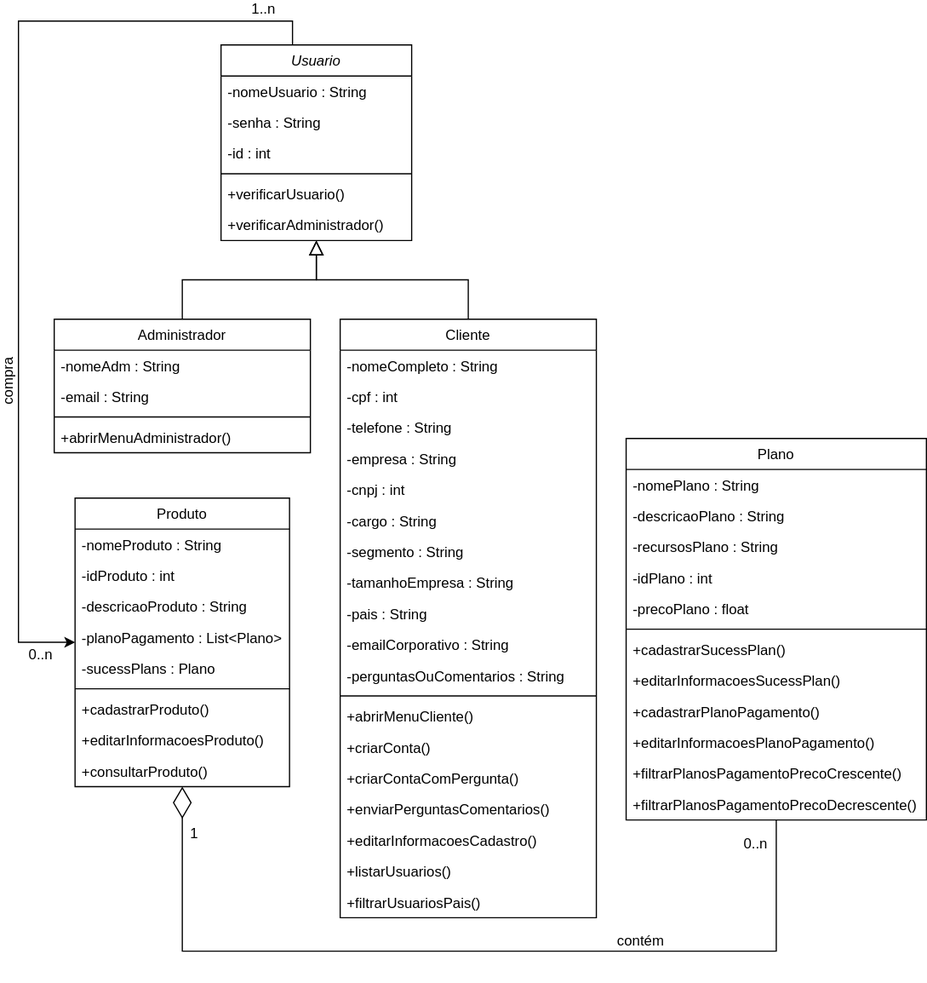
This is Diagrama_Classes.svg from JuliaPugliese/Sprint_Java, a draw.io export, as it was before one commit. Source tidied: cells renumbered, new cells last; positions are measured from the earlier drawing's top-left corner, leaving out a move shared by most shapes.
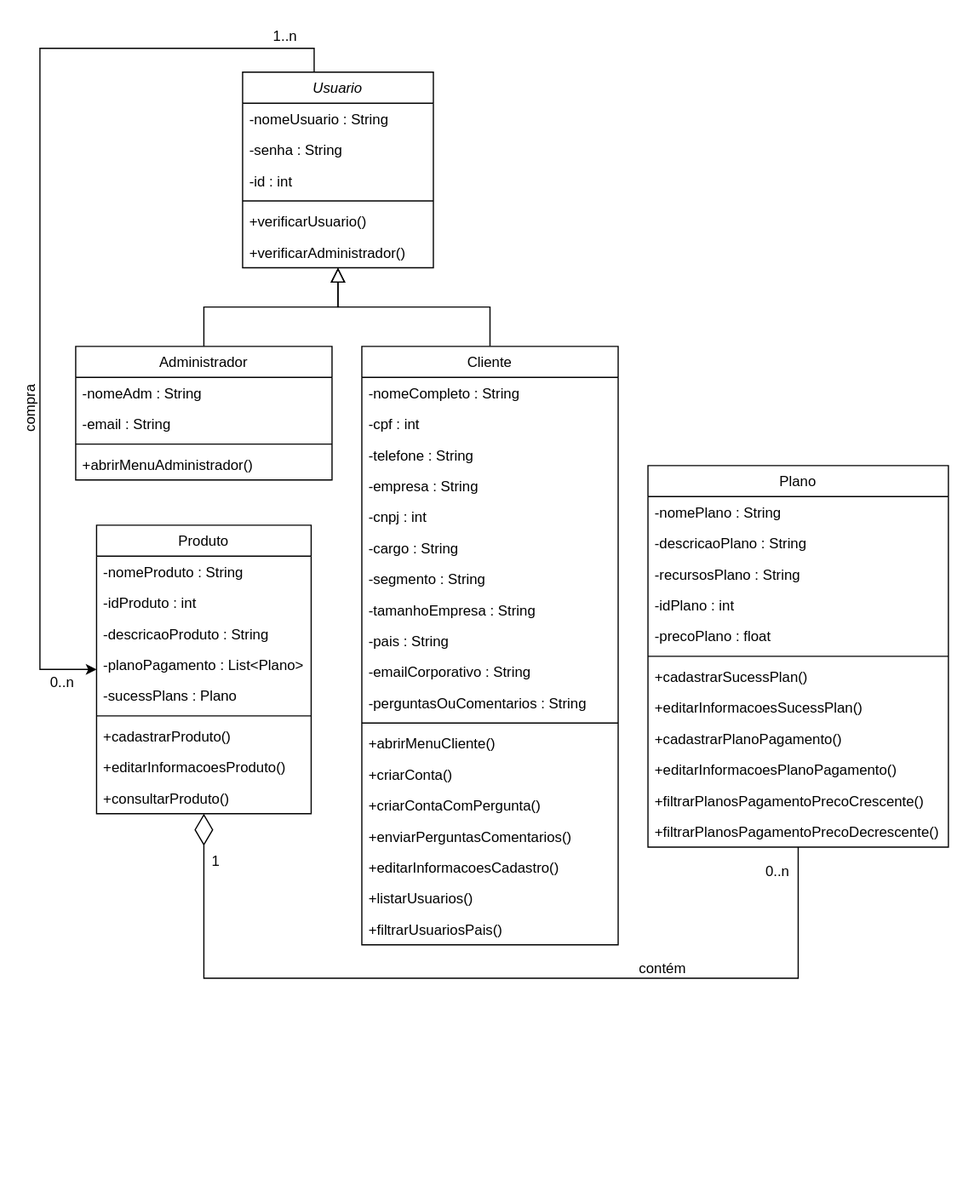
After the change.

Commit message:
Alteração do Diagrama de Classes

Change to the diagram source:
```diff
@@ -2,6 +2,9 @@
   <root>
     <mxCell id="0" />
     <mxCell id="1" parent="0" />
+    <mxCell id="67" style="rounded=0;whiteSpace=wrap;html=1;strokeColor=none;" parent="1" vertex="1">
+      <mxGeometry x="-33" y="-40" width="822" height="1009" as="geometry" />
+    </mxCell>
     <mxCell id="2" value="Produto" style="swimlane;fontStyle=0;align=center;verticalAlign=top;horizontal=1;startSize=26;rounded=0;shadow=0;strokeWidth=1;swimlaneFillColor=default;" parent="1" vertex="1">
       <mxGeometry x="47.5" y="400" width="180" height="242" as="geometry" />
     </mxCell>
```
